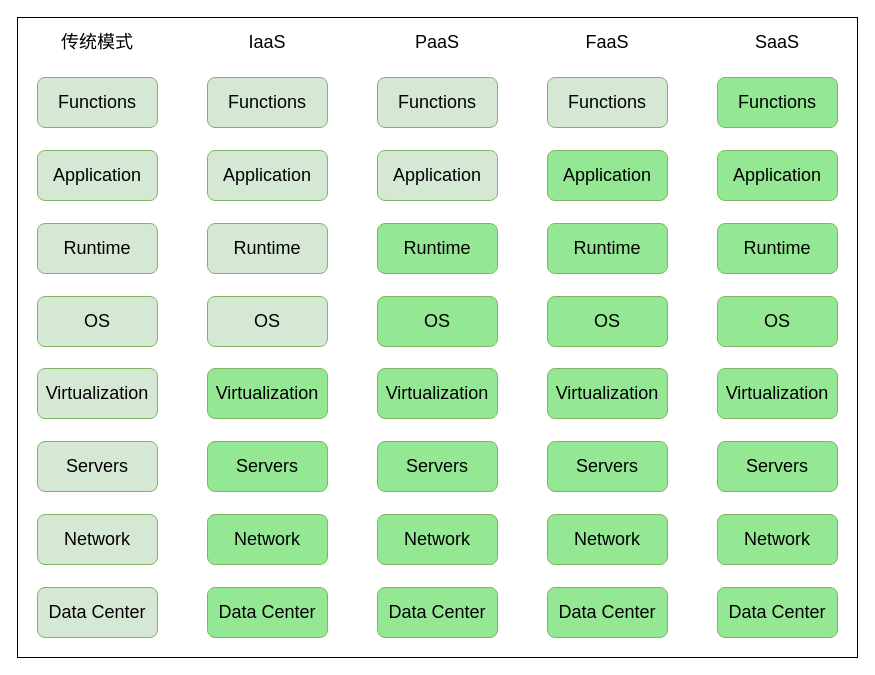
Before: faasssssss.drawio in punnpkin/new, a draw.io diagram. Source tidied: cells renumbered, new cells numbered last; positions are measured from the earlier drawing's top-left corner, leaving out a move shared by most shapes. Both pictures are drawn from the tidied source at 100%, with x=0, y=0 at pixel (17, 17).
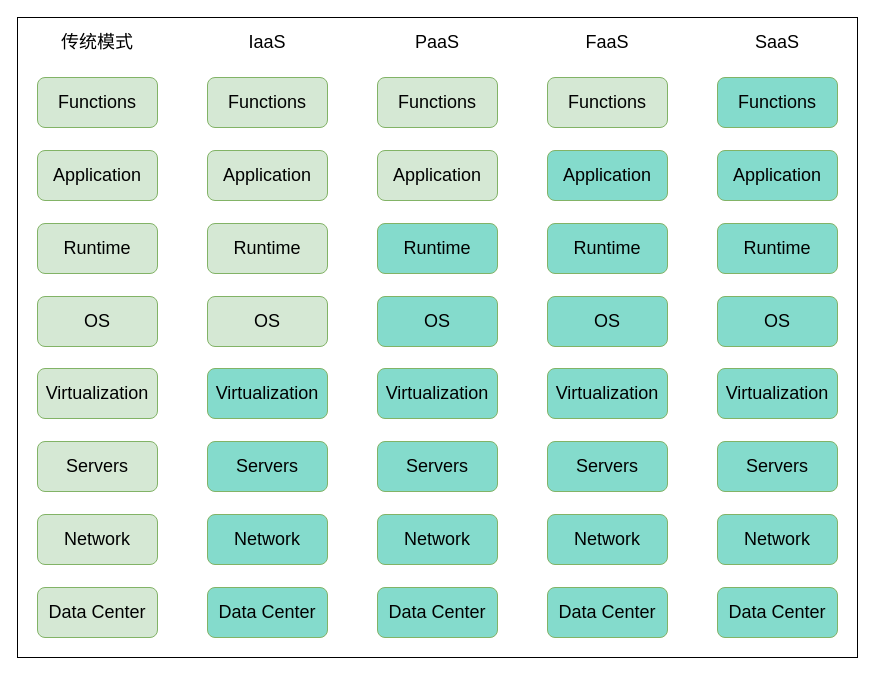
After the change.

Diff of the diagram source:
```diff
@@
-    <mxCell id="15" value="Virtualization" style="rounded=1;whiteSpace=wrap;html=1;fontSize=18;fillColor=#94E894;strokeColor=#82b366;" parent="1" vertex="1">
+    <mxCell id="15" value="Virtualization" style="rounded=1;whiteSpace=wrap;html=1;fontSize=18;fillColor=#84DBCC;strokeColor=#82b366;" parent="1" vertex="1">
       <mxGeometry x="190" y="351" width="120" height="50" as="geometry" />
     </mxCell>
-    <mxCell id="16" value="Servers" style="rounded=1;whiteSpace=wrap;html=1;fontSize=18;fillColor=#94E894;strokeColor=#82b366;" parent="1" vertex="1">
+    <mxCell id="16" value="Servers" style="rounded=1;whiteSpace=wrap;html=1;fontSize=18;fillColor=#84DBCC;strokeColor=#82b366;" parent="1" vertex="1">
       <mxGeometry x="190" y="424" width="120" height="50" as="geometry" />
     </mxCell>
-    <mxCell id="17" value="Network" style="rounded=1;whiteSpace=wrap;html=1;fontSize=18;fillColor=#94E894;strokeColor=#82b366;" parent="1" vertex="1">
+    <mxCell id="17" value="Network" style="rounded=1;whiteSpace=wrap;html=1;fontSize=18;fillColor=#84DBCC;strokeColor=#82b366;" parent="1" vertex="1">
       <mxGeometry x="190" y="497" width="120" height="50" as="geometry" />
     </mxCell>
-    <mxCell id="18" value="Data Center" style="rounded=1;whiteSpace=wrap;html=1;fontSize=18;fillColor=#94E894;strokeColor=#82b366;" parent="1" vertex="1">
+    <mxCell id="18" value="Data Center" style="rounded=1;whiteSpace=wrap;html=1;fontSize=18;fillColor=#84DBCC;strokeColor=#82b366;" parent="1" vertex="1">
       <mxGeometry x="190" y="570" width="120" height="50" as="geometry" />
     </mxCell>
@@
-    <mxCell id="21" value="Runtime" style="rounded=1;whiteSpace=wrap;html=1;fontSize=18;fillColor=#94E894;strokeColor=#82b366;" parent="1" vertex="1">
+    <mxCell id="21" value="Runtime" style="rounded=1;whiteSpace=wrap;html=1;fontSize=18;fillColor=#84DBCC;strokeColor=#82b366;" parent="1" vertex="1">
       <mxGeometry x="360" y="206" width="120" height="50" as="geometry" />
     </mxCell>
-    <mxCell id="22" value="OS" style="rounded=1;whiteSpace=wrap;html=1;fontSize=18;fillColor=#94E894;strokeColor=#82b366;" parent="1" vertex="1">
+    <mxCell id="22" value="OS" style="rounded=1;whiteSpace=wrap;html=1;fontSize=18;fillColor=#84DBCC;strokeColor=#82b366;" parent="1" vertex="1">
       <mxGeometry x="360" y="279" width="120" height="50" as="geometry" />
     </mxCell>
-    <mxCell id="23" value="Virtualization" style="rounded=1;whiteSpace=wrap;html=1;fontSize=18;fillColor=#94E894;strokeColor=#82b366;" parent="1" vertex="1">
+    <mxCell id="23" value="Virtualization" style="rounded=1;whiteSpace=wrap;html=1;fontSize=18;fillColor=#84DBCC;strokeColor=#82b366;" parent="1" vertex="1">
       <mxGeometry x="360" y="351" width="120" height="50" as="geometry" />
     </mxCell>
-    <mxCell id="24" value="Servers" style="rounded=1;whiteSpace=wrap;html=1;fontSize=18;fillColor=#94E894;strokeColor=#82b366;" parent="1" vertex="1">
+    <mxCell id="24" value="Servers" style="rounded=1;whiteSpace=wrap;html=1;fontSize=18;fillColor=#84DBCC;strokeColor=#82b366;" parent="1" vertex="1">
       <mxGeometry x="360" y="424" width="120" height="50" as="geometry" />
     </mxCell>
-    <mxCell id="25" value="Network" style="rounded=1;whiteSpace=wrap;html=1;fontSize=18;fillColor=#94E894;strokeColor=#82b366;" parent="1" vertex="1">
+    <mxCell id="25" value="Network" style="rounded=1;whiteSpace=wrap;html=1;fontSize=18;fillColor=#84DBCC;strokeColor=#82b366;" parent="1" vertex="1">
       <mxGeometry x="360" y="497" width="120" height="50" as="geometry" />
     </mxCell>
-    <mxCell id="26" value="Data Center" style="rounded=1;whiteSpace=wrap;html=1;fontSize=18;fillColor=#94E894;strokeColor=#82b366;" parent="1" vertex="1">
+    <mxCell id="26" value="Data Center" style="rounded=1;whiteSpace=wrap;html=1;fontSize=18;fillColor=#84DBCC;strokeColor=#82b366;" parent="1" vertex="1">
       <mxGeometry x="360" y="570" width="120" height="50" as="geometry" />
     </mxCell>
@@
-    <mxCell id="28" value="Application" style="rounded=1;whiteSpace=wrap;html=1;fontSize=18;fillColor=#94E894;strokeColor=#82b366;" parent="1" vertex="1">
+    <mxCell id="28" value="Application" style="rounded=1;whiteSpace=wrap;html=1;fontSize=18;fillColor=#84DBCC;strokeColor=#82b366;" parent="1" vertex="1">
       <mxGeometry x="530" y="133" width="120" height="50" as="geometry" />
     </mxCell>
-    <mxCell id="29" value="Runtime" style="rounded=1;whiteSpace=wrap;html=1;fontSize=18;fillColor=#94E894;strokeColor=#82b366;" parent="1" vertex="1">
+    <mxCell id="29" value="Runtime" style="rounded=1;whiteSpace=wrap;html=1;fontSize=18;fillColor=#84DBCC;strokeColor=#82b366;" parent="1" vertex="1">
       <mxGeometry x="530" y="206" width="120" height="50" as="geometry" />
     </mxCell>
-    <mxCell id="30" value="OS" style="rounded=1;whiteSpace=wrap;html=1;fontSize=18;fillColor=#94E894;strokeColor=#82b366;" parent="1" vertex="1">
+    <mxCell id="30" value="OS" style="rounded=1;whiteSpace=wrap;html=1;fontSize=18;fillColor=#84DBCC;strokeColor=#82b366;" parent="1" vertex="1">
       <mxGeometry x="530" y="279" width="120" height="50" as="geometry" />
     </mxCell>
-    <mxCell id="31" value="Virtualization" style="rounded=1;whiteSpace=wrap;html=1;fontSize=18;fillColor=#94E894;strokeColor=#82b366;" parent="1" vertex="1">
+    <mxCell id="31" value="Virtualization" style="rounded=1;whiteSpace=wrap;html=1;fontSize=18;fillColor=#84DBCC;strokeColor=#82b366;" parent="1" vertex="1">
       <mxGeometry x="530" y="351" width="120" height="50" as="geometry" />
     </mxCell>
-    <mxCell id="32" value="Servers" style="rounded=1;whiteSpace=wrap;html=1;fontSize=18;fillColor=#94E894;strokeColor=#82b366;" parent="1" vertex="1">
+    <mxCell id="32" value="Servers" style="rounded=1;whiteSpace=wrap;html=1;fontSize=18;fillColor=#84DBCC;strokeColor=#82b366;" parent="1" vertex="1">
       <mxGeometry x="530" y="424" width="120" height="50" as="geometry" />
     </mxCell>
-    <mxCell id="33" value="Network" style="rounded=1;whiteSpace=wrap;html=1;fontSize=18;fillColor=#94E894;strokeColor=#82b366;" parent="1" vertex="1">
+    <mxCell id="33" value="Network" style="rounded=1;whiteSpace=wrap;html=1;fontSize=18;fillColor=#84DBCC;strokeColor=#82b366;" parent="1" vertex="1">
       <mxGeometry x="530" y="497" width="120" height="50" as="geometry" />
     </mxCell>
-    <mxCell id="34" value="Data Center" style="rounded=1;whiteSpace=wrap;html=1;fontSize=18;fillColor=#94E894;strokeColor=#82b366;" parent="1" vertex="1">
+    <mxCell id="34" value="Data Center" style="rounded=1;whiteSpace=wrap;html=1;fontSize=18;fillColor=#84DBCC;strokeColor=#82b366;" parent="1" vertex="1">
       <mxGeometry x="530" y="570" width="120" height="50" as="geometry" />
     </mxCell>
-    <mxCell id="35" value="Functions" style="rounded=1;whiteSpace=wrap;html=1;fontSize=18;fillColor=#94E894;strokeColor=#82b366;" parent="1" vertex="1">
+    <mxCell id="35" value="Functions" style="rounded=1;whiteSpace=wrap;html=1;fontSize=18;fillColor=#84DBCC;strokeColor=#82b366;" parent="1" vertex="1">
       <mxGeometry x="700" y="60" width="120" height="50" as="geometry" />
     </mxCell>
-    <mxCell id="36" value="Application" style="rounded=1;whiteSpace=wrap;html=1;fontSize=18;fillColor=#94E894;strokeColor=#82b366;" parent="1" vertex="1">
+    <mxCell id="36" value="Application" style="rounded=1;whiteSpace=wrap;html=1;fontSize=18;fillColor=#84DBCC;strokeColor=#82b366;" parent="1" vertex="1">
       <mxGeometry x="700" y="133" width="120" height="50" as="geometry" />
     </mxCell>
-    <mxCell id="37" value="Runtime" style="rounded=1;whiteSpace=wrap;html=1;fontSize=18;fillColor=#94E894;strokeColor=#82b366;" parent="1" vertex="1">
+    <mxCell id="37" value="Runtime" style="rounded=1;whiteSpace=wrap;html=1;fontSize=18;fillColor=#84DBCC;strokeColor=#82b366;" parent="1" vertex="1">
       <mxGeometry x="700" y="206" width="120" height="50" as="geometry" />
     </mxCell>
-    <mxCell id="38" value="OS" style="rounded=1;whiteSpace=wrap;html=1;fontSize=18;fillColor=#94E894;strokeColor=#82b366;" parent="1" vertex="1">
+    <mxCell id="38" value="OS" style="rounded=1;whiteSpace=wrap;html=1;fontSize=18;fillColor=#84DBCC;strokeColor=#82b366;" parent="1" vertex="1">
       <mxGeometry x="700" y="279" width="120" height="50" as="geometry" />
     </mxCell>
-    <mxCell id="39" value="Virtualization" style="rounded=1;whiteSpace=wrap;html=1;fontSize=18;fillColor=#94E894;strokeColor=#82b366;" parent="1" vertex="1">
+    <mxCell id="39" value="Virtualization" style="rounded=1;whiteSpace=wrap;html=1;fontSize=18;fillColor=#84DBCC;strokeColor=#82b366;" parent="1" vertex="1">
       <mxGeometry x="700" y="351" width="120" height="50" as="geometry" />
     </mxCell>
-    <mxCell id="40" value="Servers" style="rounded=1;whiteSpace=wrap;html=1;fontSize=18;fillColor=#94E894;strokeColor=#82b366;" parent="1" vertex="1">
+    <mxCell id="40" value="Servers" style="rounded=1;whiteSpace=wrap;html=1;fontSize=18;fillColor=#84DBCC;strokeColor=#82b366;" parent="1" vertex="1">
       <mxGeometry x="700" y="424" width="120" height="50" as="geometry" />
     </mxCell>
-    <mxCell id="41" value="Network" style="rounded=1;whiteSpace=wrap;html=1;fontSize=18;fillColor=#94E894;strokeColor=#82b366;" parent="1" vertex="1">
+    <mxCell id="41" value="Network" style="rounded=1;whiteSpace=wrap;html=1;fontSize=18;fillColor=#84DBCC;strokeColor=#82b366;" parent="1" vertex="1">
       <mxGeometry x="700" y="497" width="120" height="50" as="geometry" />
     </mxCell>
-    <mxCell id="42" value="Data Center" style="rounded=1;whiteSpace=wrap;html=1;fontSize=18;fillColor=#94E894;strokeColor=#82b366;" parent="1" vertex="1">
+    <mxCell id="42" value="Data Center" style="rounded=1;whiteSpace=wrap;html=1;fontSize=18;fillColor=#84DBCC;strokeColor=#82b366;" parent="1" vertex="1">
       <mxGeometry x="700" y="570" width="120" height="50" as="geometry" />
     </mxCell>
```
